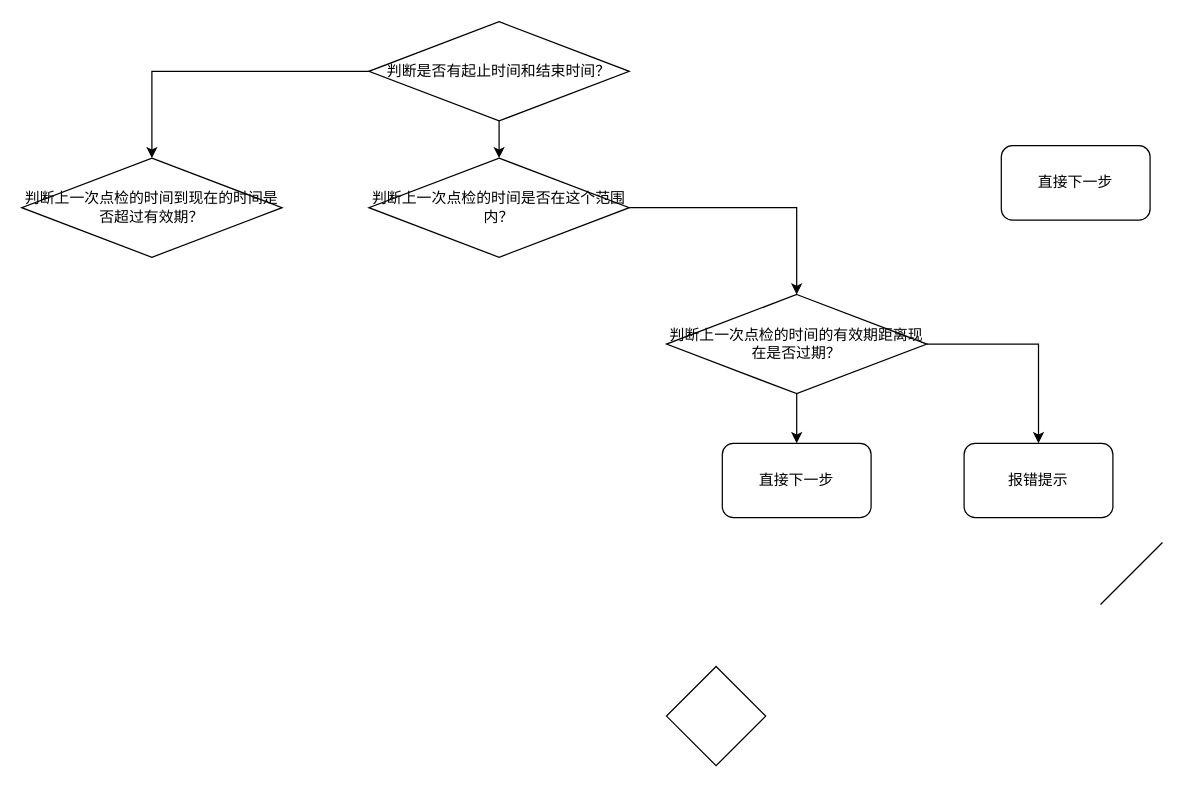
Before: 设备点检.drawio in little-white-dragon1/Diagrams, a draw.io diagram. Source tidied: cells renumbered, new cells numbered last; positions are measured from the earlier drawing's top-left corner, leaving out a move shared by most shapes. Both pictures are drawn from the tidied source at 124%, with x=0, y=0 at pixel (21, 21).
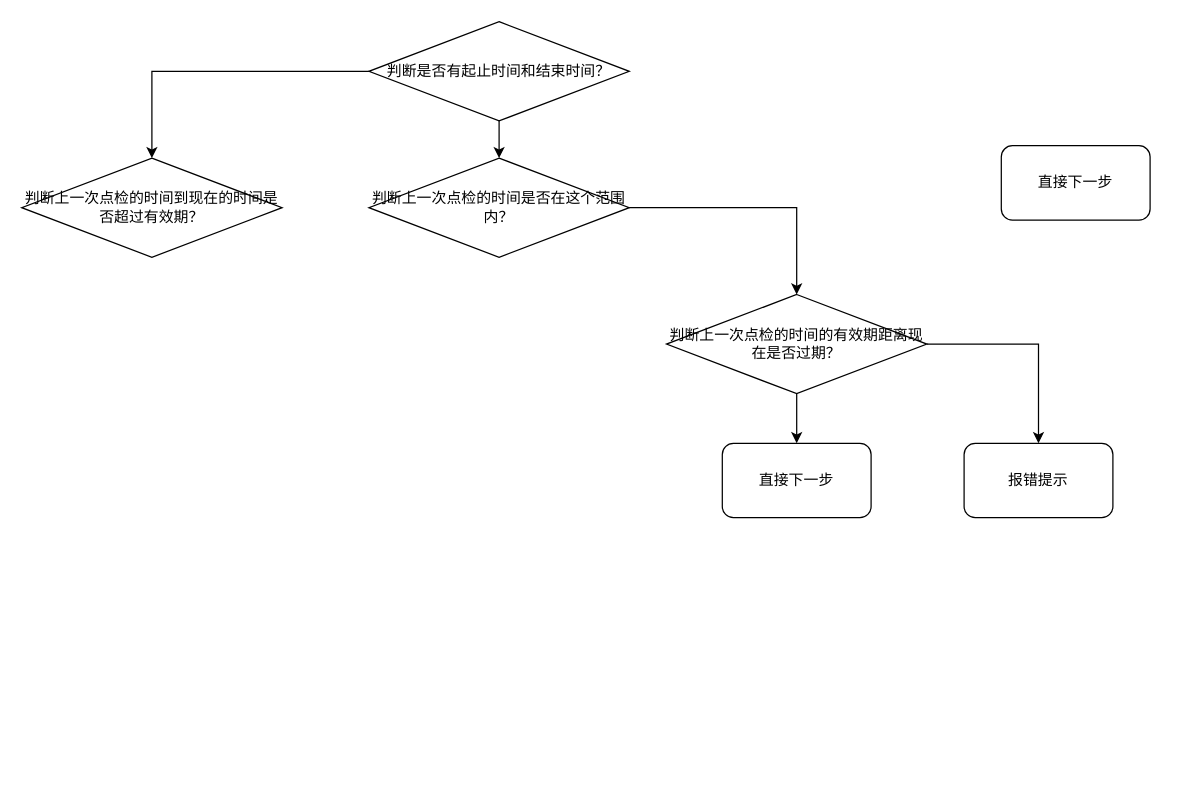
The same page after the edit.

Commit message:
更新设备点检.drawio

Change to the diagram source:
```diff
@@
 <mxGraphModel>
   <root>
     <mxCell id="0" />
     <mxCell id="1" parent="0" />
     <mxCell id="2" value="直接下一步" style="rounded=1;whiteSpace=wrap;html=1;" parent="1" vertex="1">
       <mxGeometry x="790" y="100" width="120" height="60" as="geometry" />
     </mxCell>
     <mxCell id="3" style="edgeStyle=orthogonalEdgeStyle;rounded=0;jettySize=auto;html=1;exitX=0;exitY=0.5;exitDx=0;exitDy=0;entryX=0.5;entryY=0;entryDx=0;entryDy=0;" parent="1" edge="1" source="5" target="10">
       <mxGeometry relative="1" as="geometry" />
     </mxCell>
     <mxCell id="4" style="edgeStyle=orthogonalEdgeStyle;rounded=0;jettySize=auto;html=1;exitX=0.5;exitY=1;exitDx=0;exitDy=0;entryX=0.5;entryY=0;entryDx=0;entryDy=0;" parent="1" edge="1" source="5" target="7">
       <mxGeometry relative="1" as="geometry" />
     </mxCell>
     <mxCell id="5" value="判断是否有起止时间和结束时间？" style="rhombus;whiteSpace=wrap;html=1;" parent="1" vertex="1">
       <mxGeometry x="280" width="210" height="80" as="geometry" />
     </mxCell>
     <mxCell id="6" style="edgeStyle=orthogonalEdgeStyle;rounded=0;jettySize=auto;html=1;exitX=1;exitY=0.5;exitDx=0;exitDy=0;entryX=0.5;entryY=0;entryDx=0;entryDy=0;" parent="1" edge="1" source="7" target="15">
       <mxGeometry relative="1" as="geometry" />
     </mxCell>
     <mxCell id="7" value="判断上一次点检的时间是否在这个范围内？" style="rhombus;whiteSpace=wrap;html=1;" parent="1" vertex="1">
       <mxGeometry x="280" y="110" width="210" height="80" as="geometry" />
     </mxCell>
     <mxCell id="8" value="直接下一步" style="rounded=1;whiteSpace=wrap;html=1;" parent="1" vertex="1">
       <mxGeometry x="565" y="340" width="120" height="60" as="geometry" />
     </mxCell>
     <mxCell id="9" value="报错提示" style="rounded=1;whiteSpace=wrap;html=1;" parent="1" vertex="1">
       <mxGeometry x="760" y="340" width="120" height="60" as="geometry" />
     </mxCell>
     <mxCell id="10" value="判断上一次点检的时间到现在的时间是否超过有效期？" style="rhombus;whiteSpace=wrap;html=1;" parent="1" vertex="1">
       <mxGeometry y="110" width="210" height="80" as="geometry" />
     </mxCell>
-    <mxCell id="11" style="endArrow=none;html=1;rounded=0;" parent="1" edge="1">
-      <mxGeometry relative="1" as="geometry">
-        <mxPoint x="870" y="470" as="sourcePoint" />
-        <mxPoint x="920" y="420" as="targetPoint" />
-      </mxGeometry>
-    </mxCell>
-    <mxCell id="12" style="rhombus;whiteSpace=wrap;html=1;" parent="1" vertex="1">
-      <mxGeometry x="520" y="520" width="80" height="80" as="geometry" />
-    </mxCell>
     <mxCell id="13" style="edgeStyle=orthogonalEdgeStyle;rounded=0;jettySize=auto;html=1;exitX=1;exitY=0.5;exitDx=0;exitDy=0;entryX=0.5;entryY=0;entryDx=0;entryDy=0;" parent="1" edge="1" source="15" target="9">
       <mxGeometry relative="1" as="geometry" />
     </mxCell>
     <mxCell id="14" style="edgeStyle=orthogonalEdgeStyle;rounded=0;jettySize=auto;html=1;exitX=0.5;exitY=1;exitDx=0;exitDy=0;entryX=0.5;entryY=0;entryDx=0;entryDy=0;" parent="1" edge="1" source="15" target="8">
       <mxGeometry relative="1" as="geometry" />
     </mxCell>
     <mxCell id="15" value="判断上一次点检的时间的有效期距离现在是否过期？" style="rhombus;whiteSpace=wrap;html=1;" parent="1" vertex="1">
       <mxGeometry x="520" y="220" width="210" height="80" as="geometry" />
     </mxCell>
   </root>
 </mxGraphModel>
```
